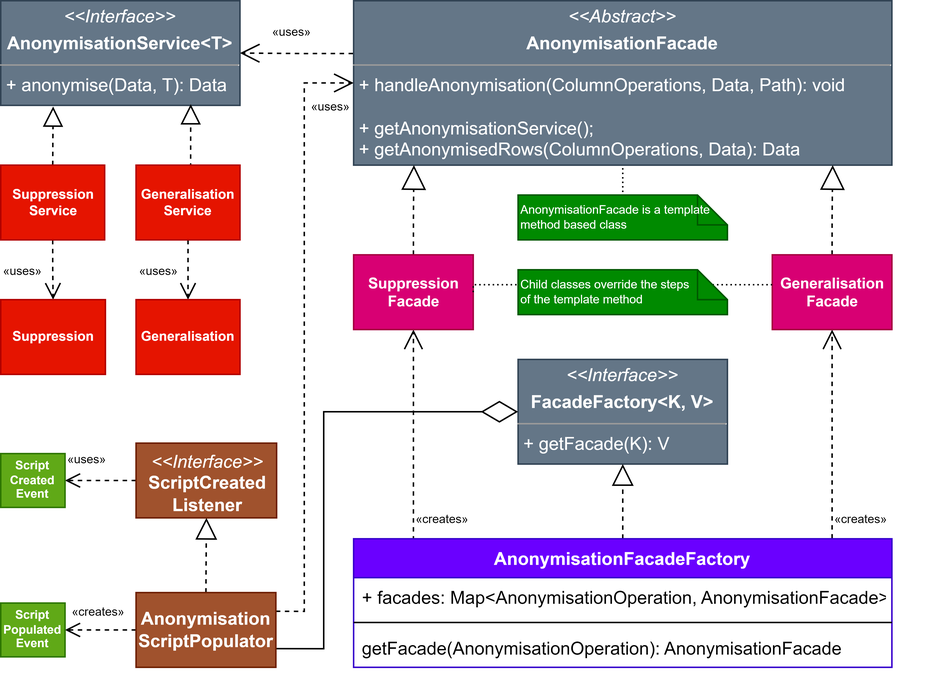
The draw.io diagram docs/praca/img/anonymisation_everything.png in Wenox/data-anonymization, before a commit. Source tidied: cells renumbered, new cells last; positions are measured from the earlier drawing's top-left corner, leaving out a move shared by most shapes. Source of this version:
```xml
<mxGraphModel>
  <root>
    <mxCell id="0" />
    <mxCell id="1" parent="0" />
    <mxCell id="2" value="&lt;p style=&quot;margin: 0px ; margin-top: 4px ; text-align: center&quot;&gt;&lt;i&gt;&amp;lt;&amp;lt;Interface&amp;gt;&amp;gt;&lt;/i&gt;&lt;/p&gt;&lt;p style=&quot;margin: 0px ; margin-top: 4px ; text-align: center&quot;&gt;&lt;b&gt;AnonymisationService&amp;lt;T&amp;gt;&lt;/b&gt;&lt;/p&gt;&lt;hr size=&quot;1&quot;&gt;&lt;p style=&quot;margin: 0px ; margin-left: 4px&quot;&gt;&lt;/p&gt;&lt;p style=&quot;margin: 0px ; margin-left: 4px&quot;&gt;+ anonymise(Data, T): Data&lt;span&gt;&amp;nbsp;&lt;/span&gt;&lt;/p&gt;" style="verticalAlign=top;align=left;overflow=fill;fontSize=12;fontFamily=Helvetica;html=1;fillColor=#647687;fontColor=#ffffff;strokeColor=#314354;" parent="1" vertex="1">
      <mxGeometry width="160" height="70" as="geometry" />
    </mxCell>
    <mxCell id="3" style="edgeStyle=orthogonalEdgeStyle;rounded=0;jettySize=auto;html=1;exitX=0.5;exitY=0;exitDx=0;exitDy=0;entryX=0.219;entryY=1.011;entryDx=0;entryDy=0;entryPerimeter=0;dashed=1;fontSize=9;fontColor=#000000;endArrow=block;endFill=0;startSize=10;endSize=11;" parent="1" edge="1" source="5" target="2">
      <mxGeometry relative="1" as="geometry" />
    </mxCell>
    <mxCell id="4" style="edgeStyle=orthogonalEdgeStyle;rounded=0;jettySize=auto;html=1;exitX=0.5;exitY=1;exitDx=0;exitDy=0;entryX=0.5;entryY=0;entryDx=0;entryDy=0;dashed=1;fontSize=9;fontColor=#000000;endArrow=open;endFill=0;startSize=10;endSize=9;" parent="1" edge="1" source="5" target="9">
      <mxGeometry relative="1" as="geometry" />
    </mxCell>
    <mxCell id="5" value="Suppression&lt;br style=&quot;font-size: 9px;&quot;&gt;Service" style="html=1;fontStyle=1;fontSize=9;fillColor=#e51400;fontColor=#ffffff;strokeColor=#B20000;" parent="1" vertex="1">
      <mxGeometry y="110" width="69.5" height="50" as="geometry" />
    </mxCell>
    <mxCell id="6" style="edgeStyle=orthogonalEdgeStyle;rounded=0;jettySize=auto;html=1;exitX=0.5;exitY=0;exitDx=0;exitDy=0;entryX=0.794;entryY=0.989;entryDx=0;entryDy=0;entryPerimeter=0;dashed=1;fontSize=9;fontColor=#000000;endArrow=block;endFill=0;startSize=10;endSize=11;" parent="1" edge="1" source="8" target="2">
      <mxGeometry relative="1" as="geometry" />
    </mxCell>
    <mxCell id="7" style="edgeStyle=orthogonalEdgeStyle;rounded=0;jettySize=auto;html=1;exitX=0.5;exitY=1;exitDx=0;exitDy=0;entryX=0.5;entryY=0;entryDx=0;entryDy=0;dashed=1;fontSize=9;fontColor=#000000;endArrow=open;endFill=0;startSize=10;endSize=9;" parent="1" edge="1" source="8" target="10">
      <mxGeometry relative="1" as="geometry" />
    </mxCell>
    <mxCell id="8" value="Generalisation&lt;br style=&quot;font-size: 9px;&quot;&gt;Service" style="html=1;fontStyle=1;fontSize=9;fillColor=#e51400;fontColor=#ffffff;strokeColor=#B20000;" parent="1" vertex="1">
      <mxGeometry x="90.5" y="110" width="69.5" height="50" as="geometry" />
    </mxCell>
    <mxCell id="9" value="Suppression" style="html=1;fontStyle=1;fontSize=9;fillColor=#e51400;fontColor=#ffffff;strokeColor=#B20000;" parent="1" vertex="1">
      <mxGeometry y="200" width="70" height="50" as="geometry" />
    </mxCell>
    <mxCell id="10" value="Generalisation" style="html=1;fontStyle=1;fontSize=9;fillColor=#e51400;fontColor=#ffffff;strokeColor=#B20000;" parent="1" vertex="1">
      <mxGeometry x="90.5" y="200" width="69.5" height="50" as="geometry" />
    </mxCell>
    <mxCell id="11" style="edgeStyle=orthogonalEdgeStyle;rounded=0;jettySize=auto;html=1;exitX=-0.001;exitY=0.321;exitDx=0;exitDy=0;entryX=1;entryY=0.5;entryDx=0;entryDy=0;dashed=1;fontSize=12;fontColor=#000000;endArrow=open;endFill=0;startSize=10;endSize=11;exitPerimeter=0;" parent="1" edge="1" source="12" target="2">
      <mxGeometry relative="1" as="geometry" />
    </mxCell>
    <mxCell id="12" value="&lt;p style=&quot;margin: 0px ; margin-top: 4px ; text-align: center&quot;&gt;&lt;i&gt;&amp;lt;&amp;lt;Abstract&amp;gt;&amp;gt;&lt;/i&gt;&lt;/p&gt;&lt;p style=&quot;margin: 0px ; margin-top: 4px ; text-align: center&quot;&gt;&lt;b&gt;AnonymisationFacade&lt;/b&gt;&lt;/p&gt;&lt;hr size=&quot;1&quot;&gt;&lt;p style=&quot;margin: 0px ; margin-left: 4px&quot;&gt;&lt;/p&gt;&lt;p style=&quot;margin: 0px ; margin-left: 4px&quot;&gt;+ handleAnonymisation(ColumnOperations, Data, Path): void&lt;/p&gt;&lt;p style=&quot;margin: 0px ; margin-left: 4px&quot;&gt;&lt;br&gt;&lt;/p&gt;&lt;p style=&quot;margin: 0px ; margin-left: 4px&quot;&gt;+ getAnonymisationService();&lt;br&gt;+ getAnonymisedRows(ColumnOperations, Data): Data&lt;/p&gt;" style="verticalAlign=top;align=left;overflow=fill;fontSize=12;fontFamily=Helvetica;html=1;fillColor=#647687;fontColor=#ffffff;strokeColor=#314354;" parent="1" vertex="1">
      <mxGeometry x="236" width="360" height="110" as="geometry" />
    </mxCell>
    <mxCell id="13" style="edgeStyle=orthogonalEdgeStyle;rounded=0;jettySize=auto;html=1;exitX=0.195;exitY=0.012;exitDx=0;exitDy=0;entryX=0.5;entryY=1;entryDx=0;entryDy=0;dashed=1;fontSize=12;fontColor=#000000;endArrow=open;endFill=0;startSize=10;endSize=11;exitPerimeter=0;" parent="1" edge="1" source="21" target="15">
      <mxGeometry relative="1" as="geometry">
        <Array as="points">
          <mxPoint x="276" y="361" />
        </Array>
      </mxGeometry>
    </mxCell>
    <mxCell id="14" style="edgeStyle=orthogonalEdgeStyle;rounded=0;jettySize=auto;html=1;exitX=0.5;exitY=0;exitDx=0;exitDy=0;entryX=0.112;entryY=1;entryDx=0;entryDy=0;entryPerimeter=0;dashed=1;fontSize=10;fontColor=#000000;endArrow=block;endFill=0;startSize=10;endSize=14;" parent="1" edge="1" source="15" target="12">
      <mxGeometry relative="1" as="geometry" />
    </mxCell>
    <mxCell id="15" value="Suppression&lt;br style=&quot;font-size: 10px;&quot;&gt;Facade" style="html=1;fontStyle=1;fontSize=10;fillColor=#d80073;fontColor=#ffffff;strokeColor=#A50040;" parent="1" vertex="1">
      <mxGeometry x="236" y="170" width="80" height="50" as="geometry" />
    </mxCell>
    <mxCell id="16" style="edgeStyle=orthogonalEdgeStyle;rounded=0;jettySize=auto;html=1;exitX=0.806;exitY=0;exitDx=0;exitDy=0;entryX=0.5;entryY=1;entryDx=0;entryDy=0;dashed=1;fontSize=12;fontColor=#000000;endArrow=open;endFill=0;startSize=10;endSize=11;exitPerimeter=0;" parent="1" edge="1" source="21" target="18">
      <mxGeometry relative="1" as="geometry">
        <Array as="points">
          <mxPoint x="556" y="360" />
        </Array>
      </mxGeometry>
    </mxCell>
    <mxCell id="17" style="edgeStyle=orthogonalEdgeStyle;rounded=0;jettySize=auto;html=1;exitX=0.5;exitY=0;exitDx=0;exitDy=0;entryX=0.89;entryY=1;entryDx=0;entryDy=0;entryPerimeter=0;fontSize=10;fontColor=#000000;endArrow=block;endFill=0;startSize=10;endSize=14;dashed=1;" parent="1" edge="1" source="18" target="12">
      <mxGeometry relative="1" as="geometry" />
    </mxCell>
    <mxCell id="18" value="Generalisation&lt;br style=&quot;font-size: 10px;&quot;&gt;Facade" style="html=1;fontStyle=1;fontSize=10;fillColor=#d80073;fontColor=#ffffff;strokeColor=#A50040;" parent="1" vertex="1">
      <mxGeometry x="516" y="170" width="80" height="50" as="geometry" />
    </mxCell>
    <mxCell id="19" value="&lt;p style=&quot;margin: 0px ; margin-top: 4px ; text-align: center&quot;&gt;&lt;i&gt;&amp;lt;&amp;lt;Interface&amp;gt;&amp;gt;&lt;/i&gt;&lt;/p&gt;&lt;p style=&quot;margin: 0px ; margin-top: 4px ; text-align: center&quot;&gt;&lt;b&gt;FacadeFactory&amp;lt;K, V&amp;gt;&lt;/b&gt;&lt;/p&gt;&lt;hr size=&quot;1&quot;&gt;&lt;p style=&quot;margin: 0px ; margin-left: 4px&quot;&gt;&lt;/p&gt;&lt;p style=&quot;margin: 0px ; margin-left: 4px&quot;&gt;+ getFacade(K): V&lt;/p&gt;" style="verticalAlign=top;align=left;overflow=fill;fontSize=12;fontFamily=Helvetica;html=1;fillColor=#647687;fontColor=#ffffff;strokeColor=#314354;" parent="1" vertex="1">
      <mxGeometry x="346" y="240" width="140" height="70" as="geometry" />
    </mxCell>
    <mxCell id="20" style="edgeStyle=orthogonalEdgeStyle;rounded=0;jettySize=auto;html=1;exitX=0.5;exitY=0;exitDx=0;exitDy=0;entryX=0.5;entryY=1;entryDx=0;entryDy=0;dashed=1;fontSize=12;endArrow=block;endFill=0;startSize=10;endSize=12;" parent="1" edge="1" source="21" target="19">
      <mxGeometry relative="1" as="geometry" />
    </mxCell>
    <mxCell id="21" value="AnonymisationFacadeFactory" style="swimlane;fontStyle=1;align=center;verticalAlign=top;horizontal=1;startSize=26;fontSize=12;fillColor=#6a00ff;fontColor=#ffffff;strokeColor=#3700CC;" parent="1" vertex="1">
      <mxGeometry x="236" y="360" width="360" height="86" as="geometry" />
    </mxCell>
    <mxCell id="22" value="+ facades: Map&lt;AnonymisationOperation, AnonymisationFacade&gt;" style="text;strokeColor=none;fillColor=none;align=left;verticalAlign=top;spacingLeft=4;spacingRight=4;overflow=hidden;fontSize=12;" parent="21" vertex="1">
      <mxGeometry y="26" width="360" height="26" as="geometry" />
    </mxCell>
    <mxCell id="23" style="line;strokeWidth=1;fillColor=none;align=left;verticalAlign=middle;spacingTop=-1;spacingLeft=3;spacingRight=3;labelPosition=right;fontSize=12;" parent="21" vertex="1">
      <mxGeometry y="52" width="360" height="8" as="geometry" />
    </mxCell>
    <mxCell id="24" value="getFacade(AnonymisationOperation): AnonymisationFacade" style="text;strokeColor=none;fillColor=none;align=left;verticalAlign=top;spacingLeft=4;spacingRight=4;overflow=hidden;fontSize=12;" parent="21" vertex="1">
      <mxGeometry y="60" width="360" height="26" as="geometry" />
    </mxCell>
    <mxCell id="25" style="edgeStyle=orthogonalEdgeStyle;rounded=0;jettySize=auto;html=1;exitX=0.5;exitY=0;exitDx=0;exitDy=0;dashed=1;fontSize=12;fontColor=#000000;endArrow=block;endFill=0;startSize=10;endSize=12;" parent="1" edge="1" source="29" target="31">
      <mxGeometry relative="1" as="geometry" />
    </mxCell>
    <mxCell id="26" style="edgeStyle=orthogonalEdgeStyle;rounded=0;jettySize=auto;html=1;exitX=1;exitY=0.25;exitDx=0;exitDy=0;entryX=0;entryY=0.5;entryDx=0;entryDy=0;fontSize=12;fontColor=#000000;endArrow=open;endFill=0;startSize=10;endSize=11;dashed=1;" parent="1" edge="1" source="29" target="12">
      <mxGeometry relative="1" as="geometry">
        <Array as="points">
          <mxPoint x="203" y="409" />
          <mxPoint x="203" y="55" />
        </Array>
      </mxGeometry>
    </mxCell>
    <mxCell id="27" style="edgeStyle=orthogonalEdgeStyle;rounded=0;jettySize=auto;html=1;exitX=1;exitY=0.75;exitDx=0;exitDy=0;entryX=0;entryY=0.5;entryDx=0;entryDy=0;fontSize=9;fontColor=#000000;endArrow=diamondThin;endFill=0;startSize=10;endSize=22;" parent="1" edge="1" source="29" target="19">
      <mxGeometry relative="1" as="geometry">
        <Array as="points">
          <mxPoint x="216" y="433" />
          <mxPoint x="216" y="275" />
        </Array>
      </mxGeometry>
    </mxCell>
    <mxCell id="28" style="edgeStyle=orthogonalEdgeStyle;rounded=0;jettySize=auto;html=1;exitX=0;exitY=0.5;exitDx=0;exitDy=0;entryX=1;entryY=0.5;entryDx=0;entryDy=0;dashed=1;fontSize=8;fontColor=#000000;endArrow=open;endFill=0;startSize=10;endSize=8;" parent="1" edge="1" source="29" target="46">
      <mxGeometry relative="1" as="geometry" />
    </mxCell>
    <mxCell id="29" value="Anonymisation&lt;br&gt;ScriptPopulator" style="html=1;fontStyle=1;fontSize=12;fillColor=#a0522d;fontColor=#ffffff;strokeColor=#6D1F00;" parent="1" vertex="1">
      <mxGeometry x="90.5" y="396" width="93.5" height="50" as="geometry" />
    </mxCell>
    <mxCell id="30" style="edgeStyle=orthogonalEdgeStyle;rounded=0;jettySize=auto;html=1;exitX=0;exitY=0.5;exitDx=0;exitDy=0;entryX=1;entryY=0.5;entryDx=0;entryDy=0;dashed=1;fontSize=8;fontColor=#000000;endArrow=open;endFill=0;startSize=10;endSize=8;" parent="1" edge="1" source="31" target="32">
      <mxGeometry relative="1" as="geometry" />
    </mxCell>
    <mxCell id="31" value="&lt;p style=&quot;font-weight: 400 ; margin: 4px 0px 0px&quot;&gt;&lt;i&gt;&amp;lt;&amp;lt;Interface&amp;gt;&amp;gt;&lt;/i&gt;&lt;/p&gt;ScriptCreated&lt;br&gt;Listener" style="html=1;fontStyle=1;fontSize=12;fillColor=#a0522d;fontColor=#ffffff;strokeColor=#6D1F00;" parent="1" vertex="1">
      <mxGeometry x="90.5" y="296" width="94" height="50" as="geometry" />
    </mxCell>
    <mxCell id="32" value="Script&lt;br&gt;Created&lt;br&gt;Event" style="html=1;fontSize=8;fillColor=#60a917;strokeColor=#2D7600;fontColor=#ffffff;fontStyle=1;" parent="1" vertex="1">
      <mxGeometry y="303" width="43" height="36" as="geometry" />
    </mxCell>
    <mxCell id="33" value="&lt;span style=&quot;color: rgb(0, 0, 0); font-family: helvetica; font-size: 8px; font-style: normal; font-weight: 400; letter-spacing: normal; text-align: center; text-indent: 0px; text-transform: none; word-spacing: 0px; display: inline; float: none;&quot;&gt;«creates»&lt;/span&gt;" style="text;whiteSpace=wrap;html=1;fontSize=8;labelBackgroundColor=none;" parent="1" vertex="1">
      <mxGeometry x="46" y="398" width="30" height="10" as="geometry" />
    </mxCell>
    <mxCell id="34" value="&lt;span style=&quot;color: rgb(0, 0, 0); font-family: helvetica; font-size: 8px; font-style: normal; font-weight: 400; letter-spacing: normal; text-align: center; text-indent: 0px; text-transform: none; word-spacing: 0px; display: inline; float: none;&quot;&gt;«uses»&lt;/span&gt;" style="text;whiteSpace=wrap;html=1;fontSize=8;labelBackgroundColor=none;" parent="1" vertex="1">
      <mxGeometry x="43" y="296" width="70" height="20" as="geometry" />
    </mxCell>
    <mxCell id="35" value="&lt;span style=&quot;color: rgb(0 , 0 , 0) ; font-family: &amp;#34;helvetica&amp;#34; ; font-size: 8px ; font-style: normal ; font-weight: 400 ; letter-spacing: normal ; text-align: center ; text-indent: 0px ; text-transform: none ; word-spacing: 0px ; display: inline ; float: none&quot;&gt;«creates»&lt;/span&gt;" style="text;whiteSpace=wrap;html=1;fontSize=8;labelBackgroundColor=none;" parent="1" vertex="1">
      <mxGeometry x="556" y="336" width="70" height="20" as="geometry" />
    </mxCell>
    <mxCell id="36" value="&lt;span style=&quot;color: rgb(0 , 0 , 0) ; font-family: &amp;#34;helvetica&amp;#34; ; font-size: 8px ; font-style: normal ; font-weight: 400 ; letter-spacing: normal ; text-align: center ; text-indent: 0px ; text-transform: none ; word-spacing: 0px ; display: inline ; float: none&quot;&gt;«creates»&lt;/span&gt;" style="text;whiteSpace=wrap;html=1;fontSize=8;labelBackgroundColor=none;" parent="1" vertex="1">
      <mxGeometry x="276" y="336" width="70" height="20" as="geometry" />
    </mxCell>
    <mxCell id="37" value="&lt;span style=&quot;color: rgb(0, 0, 0); font-family: helvetica; font-size: 8px; font-style: normal; font-weight: 400; letter-spacing: normal; text-align: center; text-indent: 0px; text-transform: none; word-spacing: 0px; display: inline; float: none;&quot;&gt;«uses»&lt;/span&gt;" style="text;whiteSpace=wrap;html=1;fontSize=8;labelBackgroundColor=none;" parent="1" vertex="1">
      <mxGeometry x="180" y="10" width="70" height="20" as="geometry" />
    </mxCell>
    <mxCell id="38" value="&lt;span style=&quot;color: rgb(0, 0, 0); font-family: helvetica; font-size: 8px; font-style: normal; font-weight: 400; letter-spacing: normal; text-align: center; text-indent: 0px; text-transform: none; word-spacing: 0px; display: inline; float: none;&quot;&gt;«uses»&lt;/span&gt;" style="text;whiteSpace=wrap;html=1;fontSize=8;labelBackgroundColor=none;" parent="1" vertex="1">
      <mxGeometry y="170" width="70" height="20" as="geometry" />
    </mxCell>
    <mxCell id="39" value="&lt;span style=&quot;color: rgb(0, 0, 0); font-family: helvetica; font-size: 8px; font-style: normal; font-weight: 400; letter-spacing: normal; text-align: center; text-indent: 0px; text-transform: none; word-spacing: 0px; display: inline; float: none;&quot;&gt;«uses»&lt;/span&gt;" style="text;whiteSpace=wrap;html=1;fontSize=8;labelBackgroundColor=none;" parent="1" vertex="1">
      <mxGeometry x="90.5" y="170" width="70" height="20" as="geometry" />
    </mxCell>
    <mxCell id="40" value="&lt;span style=&quot;color: rgb(0, 0, 0); font-family: helvetica; font-size: 8px; font-style: normal; font-weight: 400; letter-spacing: normal; text-align: center; text-indent: 0px; text-transform: none; word-spacing: 0px; display: inline; float: none;&quot;&gt;«uses»&lt;/span&gt;" style="text;whiteSpace=wrap;html=1;fontSize=8;labelBackgroundColor=none;" parent="1" vertex="1">
      <mxGeometry x="206" y="60" width="70" height="20" as="geometry" />
    </mxCell>
    <mxCell id="41" style="edgeStyle=orthogonalEdgeStyle;rounded=0;jettySize=auto;html=1;exitX=0;exitY=0;exitDx=60;exitDy=0;exitPerimeter=0;entryX=0.5;entryY=1;entryDx=0;entryDy=0;dashed=1;dashPattern=1 2;fontSize=8;fontColor=#000000;endArrow=none;endFill=0;startSize=10;endSize=14;" parent="1" edge="1" source="42" target="12">
      <mxGeometry relative="1" as="geometry" />
    </mxCell>
    <mxCell id="42" value="AnonymisationFacade is a template method based class" style="shape=note;size=20;whiteSpace=wrap;html=1;fontSize=8;fontColor=#ffffff;align=left;fillColor=#008a00;strokeColor=#005700;" parent="1" vertex="1">
      <mxGeometry x="346" y="130" width="140" height="30" as="geometry" />
    </mxCell>
    <mxCell id="43" style="edgeStyle=orthogonalEdgeStyle;rounded=0;jettySize=auto;html=1;exitX=0;exitY=0.5;exitDx=0;exitDy=0;exitPerimeter=0;entryX=1;entryY=0.5;entryDx=0;entryDy=0;dashed=1;fontSize=8;fontColor=#000000;endArrow=none;endFill=0;startSize=10;endSize=14;dashPattern=1 2;" parent="1" edge="1" source="45" target="15">
      <mxGeometry relative="1" as="geometry">
        <Array as="points">
          <mxPoint x="346" y="190" />
          <mxPoint x="316" y="190" />
        </Array>
      </mxGeometry>
    </mxCell>
    <mxCell id="44" style="edgeStyle=orthogonalEdgeStyle;rounded=0;jettySize=auto;html=1;exitX=0;exitY=0;exitDx=130;exitDy=10;exitPerimeter=0;entryX=-0.001;entryY=0.404;entryDx=0;entryDy=0;entryPerimeter=0;dashed=1;dashPattern=1 2;fontSize=8;fontColor=#000000;endArrow=none;endFill=0;startSize=10;endSize=14;" parent="1" edge="1" source="45" target="18">
      <mxGeometry relative="1" as="geometry" />
    </mxCell>
    <mxCell id="45" value="Child classes override the steps&lt;br style=&quot;font-size: 8px;&quot;&gt;of the template method" style="shape=note;size=20;whiteSpace=wrap;html=1;fontSize=8;fontColor=#ffffff;align=left;fillColor=#008a00;strokeColor=#005700;" parent="1" vertex="1">
      <mxGeometry x="346" y="180" width="140" height="30" as="geometry" />
    </mxCell>
    <mxCell id="46" value="Script&lt;br&gt;Populated&lt;br&gt;Event" style="html=1;fontSize=8;fillColor=#60a917;strokeColor=#2D7600;fontColor=#ffffff;fontStyle=1;" parent="1" vertex="1">
      <mxGeometry y="403" width="43" height="36" as="geometry" />
    </mxCell>
  </root>
</mxGraphModel>
```
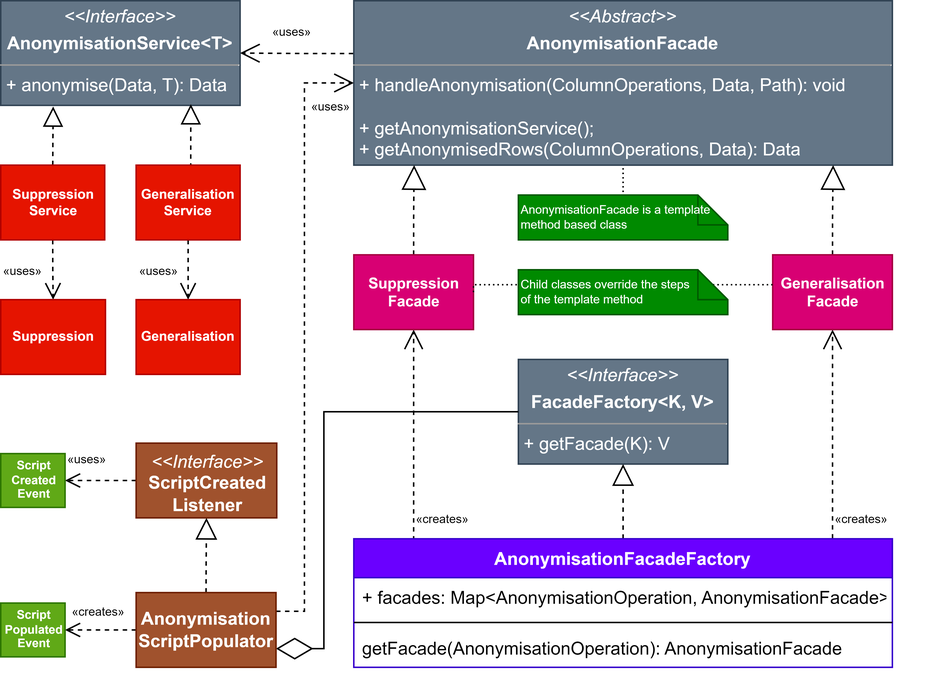
After the commit.

The edit, as a diff of the source:
```diff
@@ -90,11 +90,11 @@
         </Array>
       </mxGeometry>
     </mxCell>
-    <mxCell id="27" style="edgeStyle=orthogonalEdgeStyle;rounded=0;jettySize=auto;html=1;exitX=1;exitY=0.75;exitDx=0;exitDy=0;entryX=0;entryY=0.5;entryDx=0;entryDy=0;fontSize=9;fontColor=#000000;endArrow=diamondThin;endFill=0;startSize=10;endSize=22;" parent="1" edge="1" source="29" target="19">
+    <mxCell id="27" style="edgeStyle=orthogonalEdgeStyle;rounded=0;jettySize=auto;html=1;exitX=0;exitY=0.5;exitDx=0;exitDy=0;entryX=1;entryY=0.75;entryDx=0;entryDy=0;fontSize=9;fontColor=#000000;endArrow=diamondThin;endFill=0;startSize=10;endSize=22;" parent="1" edge="1" source="19" target="29">
       <mxGeometry relative="1" as="geometry">
         <Array as="points">
+          <mxPoint x="216" y="275" />
           <mxPoint x="216" y="433" />
-          <mxPoint x="216" y="275" />
         </Array>
       </mxGeometry>
     </mxCell>
```
